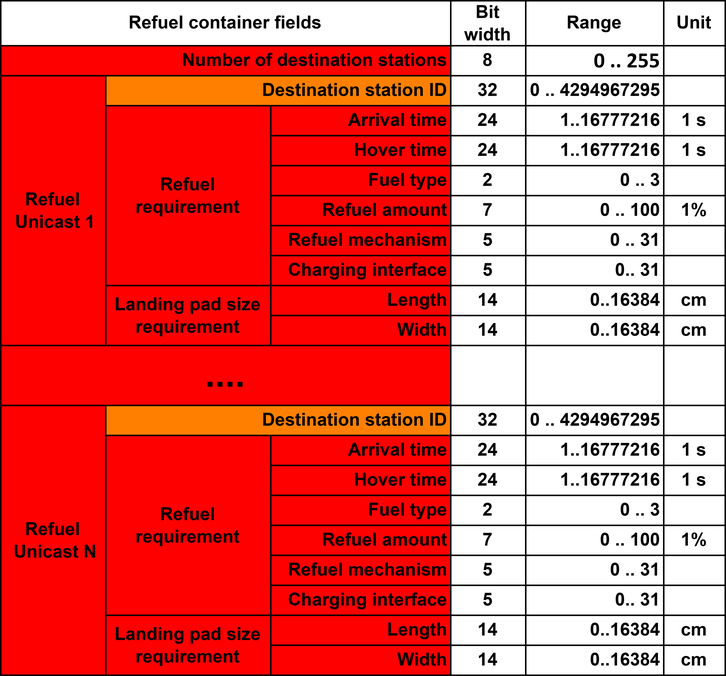
Before: uav_denm/refuel container.drawio.png, a diagram exported from draw.io (sandaruwanjayaweera/v2xplus). Source tidied: cells renumbered, new cells last; positions are measured from the earlier drawing's top-left corner, leaving out a move shared by most shapes.
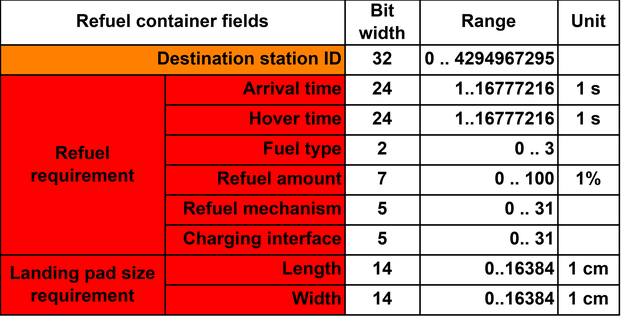
The same file after the commit.

Commit message:
bit width

Diff of the diagram source:
```diff
@@ -32,17 +32,11 @@
     <mxCell id="11" value="Destination station ID" style="rounded=0;whiteSpace=wrap;html=1;align=right;fillColor=#FF8000;fontStyle=1;" parent="1" vertex="1">
       <mxGeometry x="70" y="50" width="230" height="20" as="geometry" />
     </mxCell>
-    <mxCell id="12" value="Number of destination stations" style="rounded=0;whiteSpace=wrap;html=1;align=right;fillColor=#FF0000;fontStyle=1;" parent="1" vertex="1">
-      <mxGeometry y="30" width="300" height="20" as="geometry" />
-    </mxCell>
-    <mxCell id="13" value="...." style="rounded=0;whiteSpace=wrap;html=1;fillColor=#FF0000;fontStyle=1;fontSize=24;" parent="1" vertex="1">
-      <mxGeometry y="230" width="300" height="40" as="geometry" />
-    </mxCell>
     <mxCell id="14" value="Bit width" style="rounded=0;whiteSpace=wrap;html=1;align=center;fontStyle=1;" parent="1" vertex="1">
-      <mxGeometry x="300" width="50" height="30" as="geometry" />
+      <mxGeometry x="300" y="20" width="50" height="30" as="geometry" />
     </mxCell>
     <mxCell id="15" value="Range" style="rounded=0;whiteSpace=wrap;html=1;align=center;fontStyle=1;" parent="1" vertex="1">
-      <mxGeometry x="350" width="92" height="30" as="geometry" />
+      <mxGeometry x="350" y="20" width="92" height="30" as="geometry" />
     </mxCell>
     <mxCell id="16" value="5" style="rounded=0;whiteSpace=wrap;html=1;align=center;fontStyle=1;" parent="1" vertex="1">
       <mxGeometry x="300" y="170" width="50" height="20" as="geometry" />
@@ -50,18 +44,6 @@
     <mxCell id="17" value="0.. 31" style="rounded=0;whiteSpace=wrap;html=1;align=right;fontStyle=1;" parent="1" vertex="1">
       <mxGeometry x="350" y="170" width="92" height="20" as="geometry" />
     </mxCell>
-    <mxCell id="18" style="rounded=0;whiteSpace=wrap;html=1;align=center;fontStyle=1;" parent="1" vertex="1">
-      <mxGeometry x="300" y="230" width="50" height="40" as="geometry" />
-    </mxCell>
-    <mxCell id="19" style="rounded=0;whiteSpace=wrap;html=1;align=right;fontStyle=1;" parent="1" vertex="1">
-      <mxGeometry x="350" y="230" width="92" height="40" as="geometry" />
-    </mxCell>
-    <mxCell id="20" value="&lt;span&gt;8&lt;/span&gt;" style="rounded=0;whiteSpace=wrap;html=1;align=center;fontStyle=1;" parent="1" vertex="1">
-      <mxGeometry x="300" y="30" width="50" height="20" as="geometry" />
-    </mxCell>
-    <mxCell id="21" value="&lt;span style=&quot;font-family: &amp;#34;calibri&amp;#34; , &amp;#34;segoe ui&amp;#34; , &amp;#34;calibri&amp;#34; , &amp;#34;thonburi&amp;#34; , &amp;#34;arial&amp;#34; , &amp;#34;verdana&amp;#34; , sans-serif , &amp;#34;mongolian baiti&amp;#34; , &amp;#34;microsoft yi baiti&amp;#34; , &amp;#34;javanese text&amp;#34; ; font-size: 14.6667px ; background-color: rgb(255 , 255 , 255)&quot;&gt;0 .. 255&lt;/span&gt;" style="rounded=0;whiteSpace=wrap;html=1;align=right;fontStyle=1;" parent="1" vertex="1">
-      <mxGeometry x="350" y="30" width="92" height="20" as="geometry" />
-    </mxCell>
     <mxCell id="22" value="&lt;span&gt;32&lt;/span&gt;" style="rounded=0;whiteSpace=wrap;html=1;align=center;fontStyle=1;" parent="1" vertex="1">
       <mxGeometry x="300" y="50" width="50" height="20" as="geometry" />
     </mxCell>
@@ -87,11 +69,8 @@
       <mxGeometry x="350" y="150" width="92" height="20" as="geometry" />
     </mxCell>
     <mxCell id="30" value="Unit" style="rounded=0;whiteSpace=wrap;html=1;align=center;fillColor=#FFFFFF;fontStyle=1;" parent="1" vertex="1">
-      <mxGeometry x="442" width="41" height="30" as="geometry" />
+      <mxGeometry x="442" y="20" width="41" height="30" as="geometry" />
     </mxCell>
-    <mxCell id="31" style="rounded=0;whiteSpace=wrap;html=1;align=center;fillColor=#FFFFFF;fontStyle=1;" parent="1" vertex="1">
-      <mxGeometry x="442" y="30" width="41" height="20" as="geometry" />
-    </mxCell>
     <mxCell id="32" style="rounded=0;whiteSpace=wrap;html=1;align=center;fillColor=#FFFFFF;fontStyle=1;" parent="1" vertex="1">
       <mxGeometry x="442" y="50" width="41" height="20" as="geometry" />
     </mxCell>
@@ -101,9 +80,6 @@
     <mxCell id="34" style="rounded=0;whiteSpace=wrap;html=1;align=center;fillColor=#FFFFFF;fontStyle=1;" parent="1" vertex="1">
       <mxGeometry x="442" y="170" width="41" height="20" as="geometry" />
     </mxCell>
-    <mxCell id="35" style="rounded=0;whiteSpace=wrap;html=1;align=center;fillColor=#FFFFFF;fontStyle=1;" parent="1" vertex="1">
-      <mxGeometry x="442" y="230" width="41" height="40" as="geometry" />
-    </mxCell>
     <mxCell id="36" value="1%" style="rounded=0;whiteSpace=wrap;html=1;align=center;fillColor=#FFFFFF;fontStyle=1;" parent="1" vertex="1">
       <mxGeometry x="442" y="130" width="41" height="20" as="geometry" />
     </mxCell>
@@ -125,7 +101,7 @@
     <mxCell id="42" value="0..16384" style="rounded=0;whiteSpace=wrap;html=1;align=right;fontStyle=1;" parent="1" vertex="1">
       <mxGeometry x="350" y="190" width="92" height="20" as="geometry" />
     </mxCell>
-    <mxCell id="43" value="cm" style="rounded=0;whiteSpace=wrap;html=1;align=center;fillColor=#FFFFFF;fontStyle=1;" parent="1" vertex="1">
+    <mxCell id="43" value="1 cm" style="rounded=0;whiteSpace=wrap;html=1;align=center;fillColor=#FFFFFF;fontStyle=1;" parent="1" vertex="1">
       <mxGeometry x="442" y="190" width="41" height="20" as="geometry" />
     </mxCell>
     <mxCell id="44" value="14" style="rounded=0;whiteSpace=wrap;html=1;align=center;fontStyle=1;" parent="1" vertex="1">
@@ -134,7 +110,7 @@
     <mxCell id="45" value="0..16384" style="rounded=0;whiteSpace=wrap;html=1;align=right;fontStyle=1;" parent="1" vertex="1">
       <mxGeometry x="350" y="210" width="92" height="20" as="geometry" />
     </mxCell>
-    <mxCell id="46" value="cm" style="rounded=0;whiteSpace=wrap;html=1;align=center;fillColor=#FFFFFF;fontStyle=1;" parent="1" vertex="1">
+    <mxCell id="46" value="1 cm" style="rounded=0;whiteSpace=wrap;html=1;align=center;fillColor=#FFFFFF;fontStyle=1;" parent="1" vertex="1">
       <mxGeometry x="442" y="210" width="41" height="20" as="geometry" />
     </mxCell>
     <mxCell id="47" value="Hover time" style="rounded=0;whiteSpace=wrap;html=1;align=right;fillColor=#FF0000;fontStyle=1;" parent="1" vertex="1">
@@ -149,128 +125,8 @@
     <mxCell id="50" value="&lt;span&gt;1 s&lt;/span&gt;" style="rounded=0;whiteSpace=wrap;html=1;align=center;fillColor=#FFFFFF;fontStyle=1;" parent="1" vertex="1">
       <mxGeometry x="442" y="90" width="41" height="20" as="geometry" />
     </mxCell>
-    <mxCell id="51" value="Refuel&lt;br&gt;&amp;nbsp;Unicast 1" style="rounded=0;whiteSpace=wrap;html=1;fillColor=#FF0000;fontStyle=1;" parent="1" vertex="1">
-      <mxGeometry y="50" width="70" height="180" as="geometry" />
-    </mxCell>
-    <mxCell id="52" value="5" style="rounded=0;whiteSpace=wrap;html=1;align=center;fontStyle=1;" parent="1" vertex="1">
-      <mxGeometry x="300" y="390" width="50" height="20" as="geometry" />
-    </mxCell>
-    <mxCell id="53" value="0.. 31" style="rounded=0;whiteSpace=wrap;html=1;align=right;fontStyle=1;" parent="1" vertex="1">
-      <mxGeometry x="350" y="390" width="92" height="20" as="geometry" />
-    </mxCell>
-    <mxCell id="54" value="&lt;span&gt;32&lt;/span&gt;" style="rounded=0;whiteSpace=wrap;html=1;align=center;fontStyle=1;" parent="1" vertex="1">
-      <mxGeometry x="300" y="270" width="50" height="20" as="geometry" />
-    </mxCell>
-    <mxCell id="55" value="&lt;span&gt;0 ..&amp;nbsp;4294967295&lt;/span&gt;" style="rounded=0;whiteSpace=wrap;html=1;align=right;fontStyle=1;" parent="1" vertex="1">
-      <mxGeometry x="350" y="270" width="92" height="20" as="geometry" />
-    </mxCell>
-    <mxCell id="56" value="&lt;span&gt;24&lt;/span&gt;" style="rounded=0;whiteSpace=wrap;html=1;align=center;fontStyle=1;" parent="1" vertex="1">
-      <mxGeometry x="300" y="290" width="50" height="20" as="geometry" />
-    </mxCell>
-    <mxCell id="57" value="&lt;span&gt;1..&lt;/span&gt;16777216" style="rounded=0;whiteSpace=wrap;html=1;align=right;fontStyle=1;" parent="1" vertex="1">
-      <mxGeometry x="350" y="290" width="92" height="20" as="geometry" />
-    </mxCell>
-    <mxCell id="58" value="7" style="rounded=0;whiteSpace=wrap;html=1;align=center;fontStyle=1;" parent="1" vertex="1">
-      <mxGeometry x="300" y="350" width="50" height="20" as="geometry" />
-    </mxCell>
-    <mxCell id="59" value="0 .. 100" style="rounded=0;whiteSpace=wrap;html=1;align=right;fontStyle=1;" parent="1" vertex="1">
-      <mxGeometry x="350" y="350" width="92" height="20" as="geometry" />
-    </mxCell>
-    <mxCell id="60" value="5" style="rounded=0;whiteSpace=wrap;html=1;align=center;fontStyle=1;" parent="1" vertex="1">
-      <mxGeometry x="300" y="370" width="50" height="20" as="geometry" />
-    </mxCell>
-    <mxCell id="61" value="0 .. 31" style="rounded=0;whiteSpace=wrap;html=1;align=right;fontStyle=1;" parent="1" vertex="1">
-      <mxGeometry x="350" y="370" width="92" height="20" as="geometry" />
-    </mxCell>
-    <mxCell id="62" style="rounded=0;whiteSpace=wrap;html=1;align=center;fillColor=#FFFFFF;fontStyle=1;" parent="1" vertex="1">
-      <mxGeometry x="442" y="270" width="41" height="20" as="geometry" />
-    </mxCell>
-    <mxCell id="63" value="&lt;span&gt;1 s&lt;/span&gt;" style="rounded=0;whiteSpace=wrap;html=1;align=center;fillColor=#FFFFFF;fontStyle=1;" parent="1" vertex="1">
-      <mxGeometry x="442" y="290" width="41" height="20" as="geometry" />
-    </mxCell>
-    <mxCell id="64" style="rounded=0;whiteSpace=wrap;html=1;align=center;fillColor=#FFFFFF;fontStyle=1;" parent="1" vertex="1">
-      <mxGeometry x="442" y="390" width="41" height="20" as="geometry" />
-    </mxCell>
-    <mxCell id="65" value="1%" style="rounded=0;whiteSpace=wrap;html=1;align=center;fillColor=#FFFFFF;fontStyle=1;" parent="1" vertex="1">
-      <mxGeometry x="442" y="350" width="41" height="20" as="geometry" />
-    </mxCell>
-    <mxCell id="66" style="rounded=0;whiteSpace=wrap;html=1;align=center;fillColor=#FFFFFF;fontStyle=1;" parent="1" vertex="1">
-      <mxGeometry x="442" y="370" width="41" height="20" as="geometry" />
-    </mxCell>
-    <mxCell id="67" value="2" style="rounded=0;whiteSpace=wrap;html=1;align=center;fontStyle=1;" parent="1" vertex="1">
-      <mxGeometry x="300" y="330" width="50" height="20" as="geometry" />
-    </mxCell>
-    <mxCell id="68" value="0 .. 3" style="rounded=0;whiteSpace=wrap;html=1;align=right;fontStyle=1;" parent="1" vertex="1">
-      <mxGeometry x="350" y="330" width="92" height="20" as="geometry" />
-    </mxCell>
-    <mxCell id="69" style="rounded=0;whiteSpace=wrap;html=1;align=center;fillColor=#FFFFFF;fontStyle=1;" parent="1" vertex="1">
-      <mxGeometry x="442" y="330" width="41" height="20" as="geometry" />
-    </mxCell>
-    <mxCell id="70" value="14" style="rounded=0;whiteSpace=wrap;html=1;align=center;fontStyle=1;" parent="1" vertex="1">
-      <mxGeometry x="300" y="410" width="50" height="20" as="geometry" />
-    </mxCell>
-    <mxCell id="71" value="0..16384" style="rounded=0;whiteSpace=wrap;html=1;align=right;fontStyle=1;" parent="1" vertex="1">
-      <mxGeometry x="350" y="410" width="92" height="20" as="geometry" />
-    </mxCell>
-    <mxCell id="72" value="cm" style="rounded=0;whiteSpace=wrap;html=1;align=center;fillColor=#FFFFFF;fontStyle=1;" parent="1" vertex="1">
-      <mxGeometry x="442" y="410" width="41" height="20" as="geometry" />
-    </mxCell>
-    <mxCell id="73" value="14" style="rounded=0;whiteSpace=wrap;html=1;align=center;fontStyle=1;" parent="1" vertex="1">
-      <mxGeometry x="300" y="430" width="50" height="20" as="geometry" />
-    </mxCell>
-    <mxCell id="74" value="0..16384" style="rounded=0;whiteSpace=wrap;html=1;align=right;fontStyle=1;" parent="1" vertex="1">
-      <mxGeometry x="350" y="430" width="92" height="20" as="geometry" />
-    </mxCell>
-    <mxCell id="75" value="cm" style="rounded=0;whiteSpace=wrap;html=1;align=center;fillColor=#FFFFFF;fontStyle=1;" parent="1" vertex="1">
-      <mxGeometry x="442" y="430" width="41" height="20" as="geometry" />
-    </mxCell>
-    <mxCell id="76" value="&lt;span&gt;24&lt;/span&gt;" style="rounded=0;whiteSpace=wrap;html=1;align=center;fontStyle=1;" parent="1" vertex="1">
-      <mxGeometry x="300" y="310" width="50" height="20" as="geometry" />
-    </mxCell>
-    <mxCell id="77" value="&lt;span&gt;1..&lt;/span&gt;16777216" style="rounded=0;whiteSpace=wrap;html=1;align=right;fontStyle=1;" parent="1" vertex="1">
-      <mxGeometry x="350" y="310" width="92" height="20" as="geometry" />
-    </mxCell>
-    <mxCell id="78" value="&lt;span&gt;1 s&lt;/span&gt;" style="rounded=0;whiteSpace=wrap;html=1;align=center;fillColor=#FFFFFF;fontStyle=1;" parent="1" vertex="1">
-      <mxGeometry x="442" y="310" width="41" height="20" as="geometry" />
-    </mxCell>
-    <mxCell id="79" value="Refuel&lt;br&gt;&amp;nbsp;Unicast N" style="rounded=0;whiteSpace=wrap;html=1;fillColor=#FF0000;fontStyle=1;" parent="1" vertex="1">
-      <mxGeometry y="270" width="70" height="180" as="geometry" />
-    </mxCell>
-    <mxCell id="80" value="Refuel&lt;br&gt;requirement" style="rounded=0;whiteSpace=wrap;html=1;fillColor=#FF0000;fontStyle=1;" parent="1" vertex="1">
-      <mxGeometry x="70" y="290" width="110" height="120" as="geometry" />
-    </mxCell>
-    <mxCell id="81" value="Refuel amount" style="rounded=0;whiteSpace=wrap;html=1;align=right;fillColor=#FF0000;fontStyle=1;" parent="1" vertex="1">
-      <mxGeometry x="180" y="350" width="120" height="20" as="geometry" />
-    </mxCell>
-    <mxCell id="82" value="Refuel mechanism" style="rounded=0;whiteSpace=wrap;html=1;align=right;fillColor=#FF0000;fontStyle=1;" parent="1" vertex="1">
-      <mxGeometry x="180" y="370" width="120" height="20" as="geometry" />
-    </mxCell>
-    <mxCell id="83" value="Charging interface" style="rounded=0;whiteSpace=wrap;html=1;align=right;fillColor=#FF0000;fontStyle=1;" parent="1" vertex="1">
-      <mxGeometry x="180" y="390" width="120" height="20" as="geometry" />
-    </mxCell>
-    <mxCell id="84" value="Landing pad size requirement" style="rounded=0;whiteSpace=wrap;html=1;align=center;fillColor=#FF0000;fontStyle=1;" parent="1" vertex="1">
-      <mxGeometry x="70" y="410" width="110" height="40" as="geometry" />
-    </mxCell>
-    <mxCell id="85" value="Fuel type" style="rounded=0;whiteSpace=wrap;html=1;align=right;fillColor=#FF0000;fontStyle=1;" parent="1" vertex="1">
-      <mxGeometry x="180" y="330" width="120" height="20" as="geometry" />
-    </mxCell>
-    <mxCell id="86" value="Length" style="rounded=0;whiteSpace=wrap;html=1;align=right;fillColor=#FF0000;fontStyle=1;" parent="1" vertex="1">
-      <mxGeometry x="180" y="410" width="120" height="20" as="geometry" />
-    </mxCell>
-    <mxCell id="87" value="Width" style="rounded=0;whiteSpace=wrap;html=1;align=right;fillColor=#FF0000;fontStyle=1;" parent="1" vertex="1">
-      <mxGeometry x="180" y="430" width="120" height="20" as="geometry" />
-    </mxCell>
-    <mxCell id="88" value="Arrival time" style="rounded=0;whiteSpace=wrap;html=1;align=right;fillColor=#FF0000;fontStyle=1;" parent="1" vertex="1">
-      <mxGeometry x="180" y="290" width="120" height="20" as="geometry" />
-    </mxCell>
-    <mxCell id="89" value="Destination station ID" style="rounded=0;whiteSpace=wrap;html=1;align=right;fillColor=#FF8000;fontStyle=1;" parent="1" vertex="1">
-      <mxGeometry x="70" y="270" width="230" height="20" as="geometry" />
-    </mxCell>
-    <mxCell id="90" value="Hover time" style="rounded=0;whiteSpace=wrap;html=1;align=right;fillColor=#FF0000;fontStyle=1;" parent="1" vertex="1">
-      <mxGeometry x="180" y="310" width="120" height="20" as="geometry" />
-    </mxCell>
     <mxCell id="91" value="Refuel container fields" style="rounded=0;whiteSpace=wrap;html=1;align=center;fontStyle=1;" parent="1" vertex="1">
-      <mxGeometry width="300" height="30" as="geometry" />
+      <mxGeometry x="70" y="20" width="230" height="30" as="geometry" />
     </mxCell>
   </root>
 </mxGraphModel>
```
